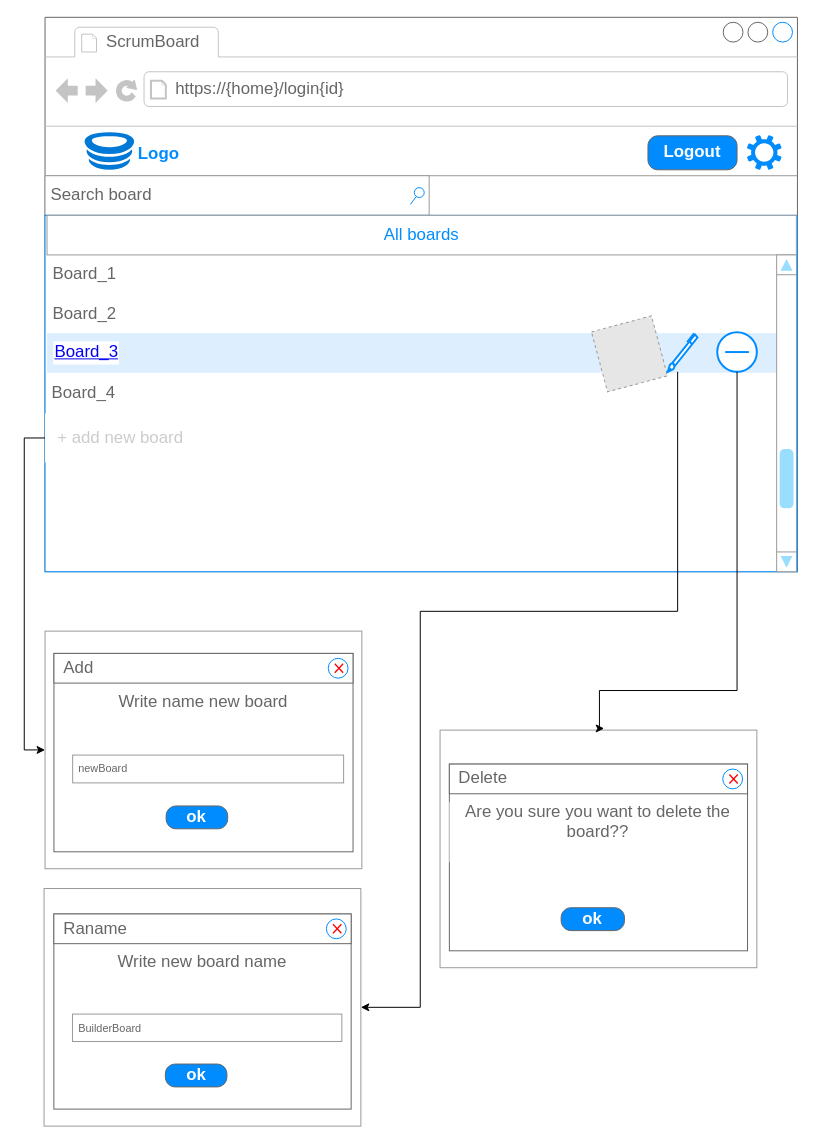
Before: page "Mockup_Login{id}" (5 of 10) of Board_Use_Case_Diagramm.drawio in ololnovolol/ScrumBoardApp, a draw.io diagram. Source tidied: cells renumbered, new cells numbered last; positions are measured from the earlier drawing's top-left corner, leaving out a move shared by most shapes. Both pictures are drawn from the tidied source at 99%, with x=0, y=0 at pixel (24, 17). Pictures stored in the file or linked from it are replaced by grey dashed boxes.
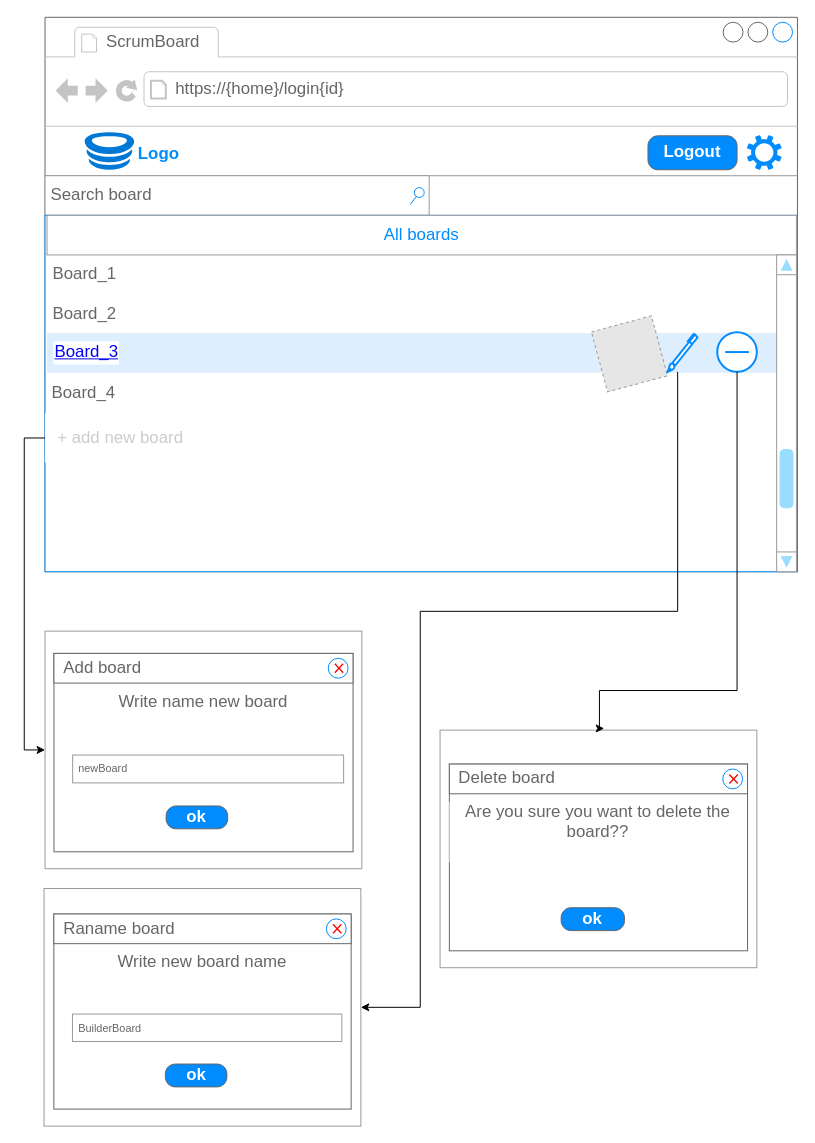
Above is the later version.

The change refers to these unchanged cells:
```xml
<mxCell id="4" value="Write name new board" style="strokeWidth=1;shadow=0;dashed=0;align=center;html=1;shape=mxgraph.mockup.containers.rrect;rSize=0;strokeColor=#666666;fontColor=#666666;fontSize=17;verticalAlign=top;whiteSpace=wrap;fillColor=#ffffff;spacingTop=32;labelBackgroundColor=default;labelBorderColor=none;fontFamily=Helvetica;" parent="2" vertex="1">
  <mxGeometry x="9" y="22.5" width="302.1" height="200.4" as="geometry" />
</mxCell>
<mxCell id="13" value="Are you sure you want to delete the board?? &lt;br&gt;&amp;nbsp;" style="strokeWidth=1;shadow=0;dashed=0;align=center;html=1;shape=mxgraph.mockup.containers.rrect;rSize=0;strokeColor=#666666;fontColor=#666666;fontSize=17;verticalAlign=top;whiteSpace=wrap;fillColor=#ffffff;spacingTop=32;labelBackgroundColor=default;labelBorderColor=none;fontFamily=Helvetica;" parent="11" vertex="1">
  <mxGeometry x="9.4" y="34.3" width="301.2" height="188.6" as="geometry" />
</mxCell>
<mxCell id="21" value="Write new board name" style="strokeWidth=1;shadow=0;dashed=0;align=center;html=1;shape=mxgraph.mockup.containers.rrect;rSize=0;strokeColor=#666666;fontColor=#666666;fontSize=17;verticalAlign=top;whiteSpace=wrap;fillColor=#ffffff;spacingTop=32;labelBackgroundColor=default;labelBorderColor=none;fontFamily=Helvetica;" parent="19" vertex="1">
  <mxGeometry x="9.9" y="25.7" width="300.3" height="197.1" as="geometry" />
</mxCell>
```

What changed in the source:
```diff
@@
-    <mxCell id="5" value="&lt;div style=&quot;text-align: center;&quot;&gt;&lt;span style=&quot;background-color: initial;&quot;&gt;Add&lt;/span&gt;&lt;/div&gt;" style="strokeWidth=1;shadow=0;dashed=0;align=center;html=1;shape=mxgraph.mockup.containers.rrect;rSize=0;fontSize=17;fontColor=#666666;strokeColor=#666666;align=left;spacingLeft=8;fillColor=#ffffff;labelBackgroundColor=none;labelBorderColor=none;fontFamily=Helvetica;" parent="4" vertex="1">
+    <mxCell id="5" value="&lt;div style=&quot;text-align: center;&quot;&gt;&lt;span style=&quot;background-color: initial;&quot;&gt;Add board&lt;/span&gt;&lt;/div&gt;" style="strokeWidth=1;shadow=0;dashed=0;align=center;html=1;shape=mxgraph.mockup.containers.rrect;rSize=0;fontSize=17;fontColor=#666666;strokeColor=#666666;align=left;spacingLeft=8;fillColor=#ffffff;labelBackgroundColor=none;labelBorderColor=none;fontFamily=Helvetica;" parent="4" vertex="1">
       <mxGeometry width="302.06" height="30" relative="1" as="geometry" />
     </mxCell>
@@
-    <mxCell id="14" value="&lt;div style=&quot;text-align: center;&quot;&gt;&lt;span style=&quot;background-color: initial;&quot;&gt;Delete&lt;/span&gt;&lt;/div&gt;" style="strokeWidth=1;shadow=0;dashed=0;align=center;html=1;shape=mxgraph.mockup.containers.rrect;rSize=0;fontSize=17;fontColor=#666666;strokeColor=#666666;align=left;spacingLeft=8;fillColor=#ffffff;labelBackgroundColor=none;labelBorderColor=none;fontFamily=Helvetica;" parent="13" vertex="1">
+    <mxCell id="14" value="&lt;div style=&quot;text-align: center;&quot;&gt;&lt;span style=&quot;background-color: initial;&quot;&gt;Delete board&lt;/span&gt;&lt;/div&gt;" style="strokeWidth=1;shadow=0;dashed=0;align=center;html=1;shape=mxgraph.mockup.containers.rrect;rSize=0;fontSize=17;fontColor=#666666;strokeColor=#666666;align=left;spacingLeft=8;fillColor=#ffffff;labelBackgroundColor=none;labelBorderColor=none;fontFamily=Helvetica;" parent="13" vertex="1">
       <mxGeometry width="301.17" height="30" relative="1" as="geometry" />
     </mxCell>
@@
-    <mxCell id="22" value="Raname" style="strokeWidth=1;shadow=0;dashed=0;align=center;html=1;shape=mxgraph.mockup.containers.rrect;rSize=0;fontSize=17;fontColor=#666666;strokeColor=#666666;align=left;spacingLeft=8;fillColor=#ffffff;labelBackgroundColor=none;labelBorderColor=none;fontFamily=Helvetica;" parent="21" vertex="1">
+    <mxCell id="22" value="Raname board" style="strokeWidth=1;shadow=0;dashed=0;align=center;html=1;shape=mxgraph.mockup.containers.rrect;rSize=0;fontSize=17;fontColor=#666666;strokeColor=#666666;align=left;spacingLeft=8;fillColor=#ffffff;labelBackgroundColor=none;labelBorderColor=none;fontFamily=Helvetica;" parent="21" vertex="1">
       <mxGeometry width="300.29" height="30" relative="1" as="geometry" />
     </mxCell>
```
